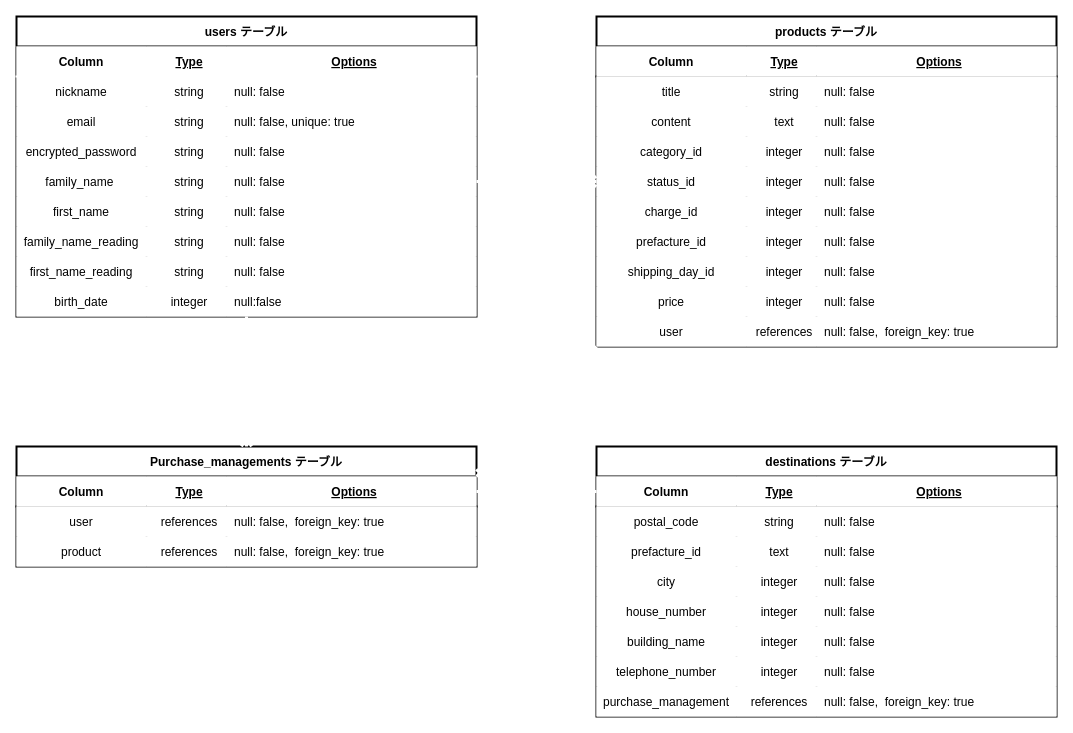
The draw.io diagram furima-38177.dio in NaoyukiG/furima-38177, before the edit. Source tidied: cells renumbered, new cells numbered last; positions are measured from the earlier drawing's top-left corner, leaving out a move shared by most shapes. Both pictures are drawn from the tidied source at 100%, with x=0, y=0 at pixel (16, 16).
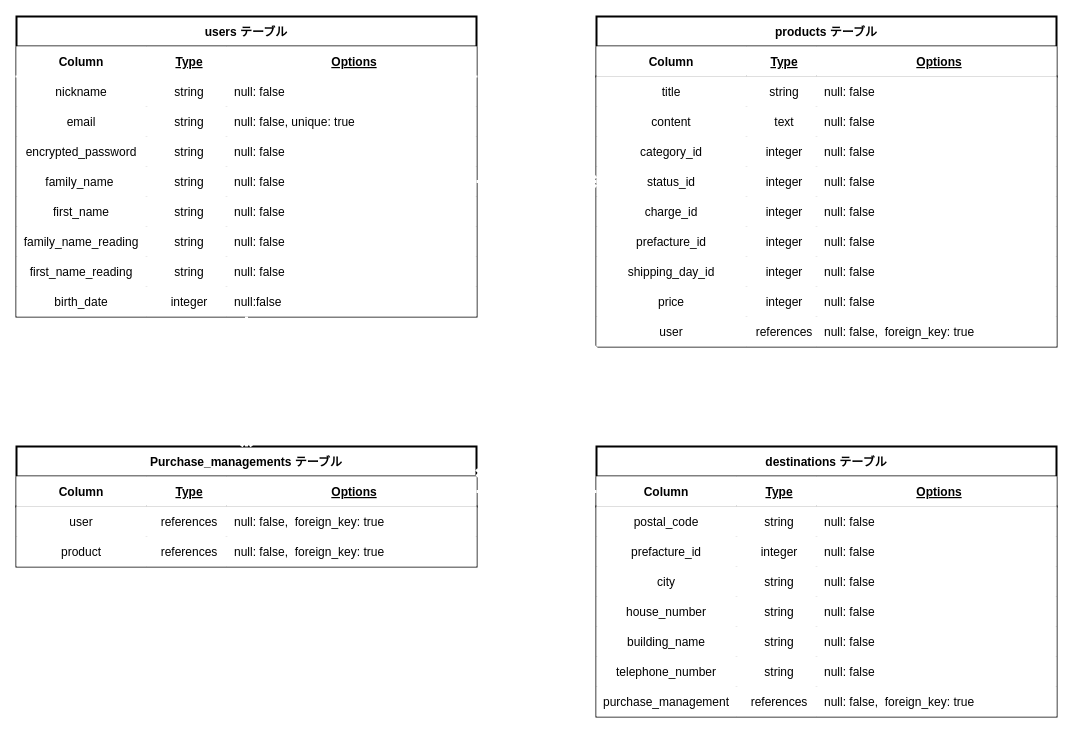
The same diagram, later.

The change refers to these unchanged cells:
```xml
<mxCell id="89" style="shape=partialRectangle;top=0;left=0;bottom=0;right=0;strokeWidth=2;" parent="80" vertex="1">
  <mxGeometry y="90" width="460" height="30" as="geometry" />
</mxCell>
<mxCell id="93" style="shape=partialRectangle;top=0;left=0;bottom=0;right=0;strokeWidth=2;" parent="80" vertex="1">
  <mxGeometry y="120" width="460" height="30" as="geometry" />
</mxCell>
<mxCell id="97" style="shape=partialRectangle;top=0;left=0;bottom=0;right=0;strokeWidth=2;" parent="80" vertex="1">
  <mxGeometry y="150" width="460" height="30" as="geometry" />
</mxCell>
<mxCell id="101" style="shape=partialRectangle;top=0;left=0;bottom=0;right=0;strokeWidth=2;" parent="80" vertex="1">
  <mxGeometry y="180" width="460" height="30" as="geometry" />
</mxCell>
<mxCell id="105" style="shape=partialRectangle;top=0;left=0;bottom=0;right=0;strokeWidth=2;" parent="80" vertex="1">
  <mxGeometry y="210" width="460" height="30" as="geometry" />
</mxCell>
```

Diff of the diagram source:
```diff
@@
-    <mxCell id="91" value="text" style="shape=partialRectangle;top=0;left=0;bottom=0;right=0;align=center;spacingLeft=6;overflow=hidden;strokeWidth=2;" parent="89" vertex="1">
+    <mxCell id="91" value="integer" style="shape=partialRectangle;top=0;left=0;bottom=0;right=0;align=center;spacingLeft=6;overflow=hidden;strokeWidth=2;" parent="89" vertex="1">
       <mxGeometry x="140" width="80" height="30" as="geometry" />
     </mxCell>
@@
-    <mxCell id="95" value="integer" style="shape=partialRectangle;top=0;left=0;bottom=0;right=0;align=center;spacingLeft=6;overflow=hidden;strokeWidth=2;" parent="93" vertex="1">
+    <mxCell id="95" value="string" style="shape=partialRectangle;top=0;left=0;bottom=0;right=0;align=center;spacingLeft=6;overflow=hidden;strokeWidth=2;" parent="93" vertex="1">
       <mxGeometry x="140" width="80" height="30" as="geometry" />
     </mxCell>
@@
-    <mxCell id="99" value="integer" style="shape=partialRectangle;top=0;left=0;bottom=0;right=0;align=center;spacingLeft=6;overflow=hidden;strokeWidth=2;" parent="97" vertex="1">
+    <mxCell id="99" value="string" style="shape=partialRectangle;top=0;left=0;bottom=0;right=0;align=center;spacingLeft=6;overflow=hidden;strokeWidth=2;" parent="97" vertex="1">
       <mxGeometry x="140" width="80" height="30" as="geometry" />
     </mxCell>
@@
-    <mxCell id="103" value="integer" style="shape=partialRectangle;top=0;left=0;bottom=0;right=0;align=center;spacingLeft=6;overflow=hidden;strokeWidth=2;" parent="101" vertex="1">
+    <mxCell id="103" value="string" style="shape=partialRectangle;top=0;left=0;bottom=0;right=0;align=center;spacingLeft=6;overflow=hidden;strokeWidth=2;" parent="101" vertex="1">
       <mxGeometry x="140" width="80" height="30" as="geometry" />
     </mxCell>
@@
-    <mxCell id="107" value="integer" style="shape=partialRectangle;top=0;left=0;bottom=0;right=0;align=center;spacingLeft=6;overflow=hidden;strokeWidth=2;" parent="105" vertex="1">
+    <mxCell id="107" value="string" style="shape=partialRectangle;top=0;left=0;bottom=0;right=0;align=center;spacingLeft=6;overflow=hidden;strokeWidth=2;" parent="105" vertex="1">
       <mxGeometry x="140" width="80" height="30" as="geometry" />
     </mxCell>
```
